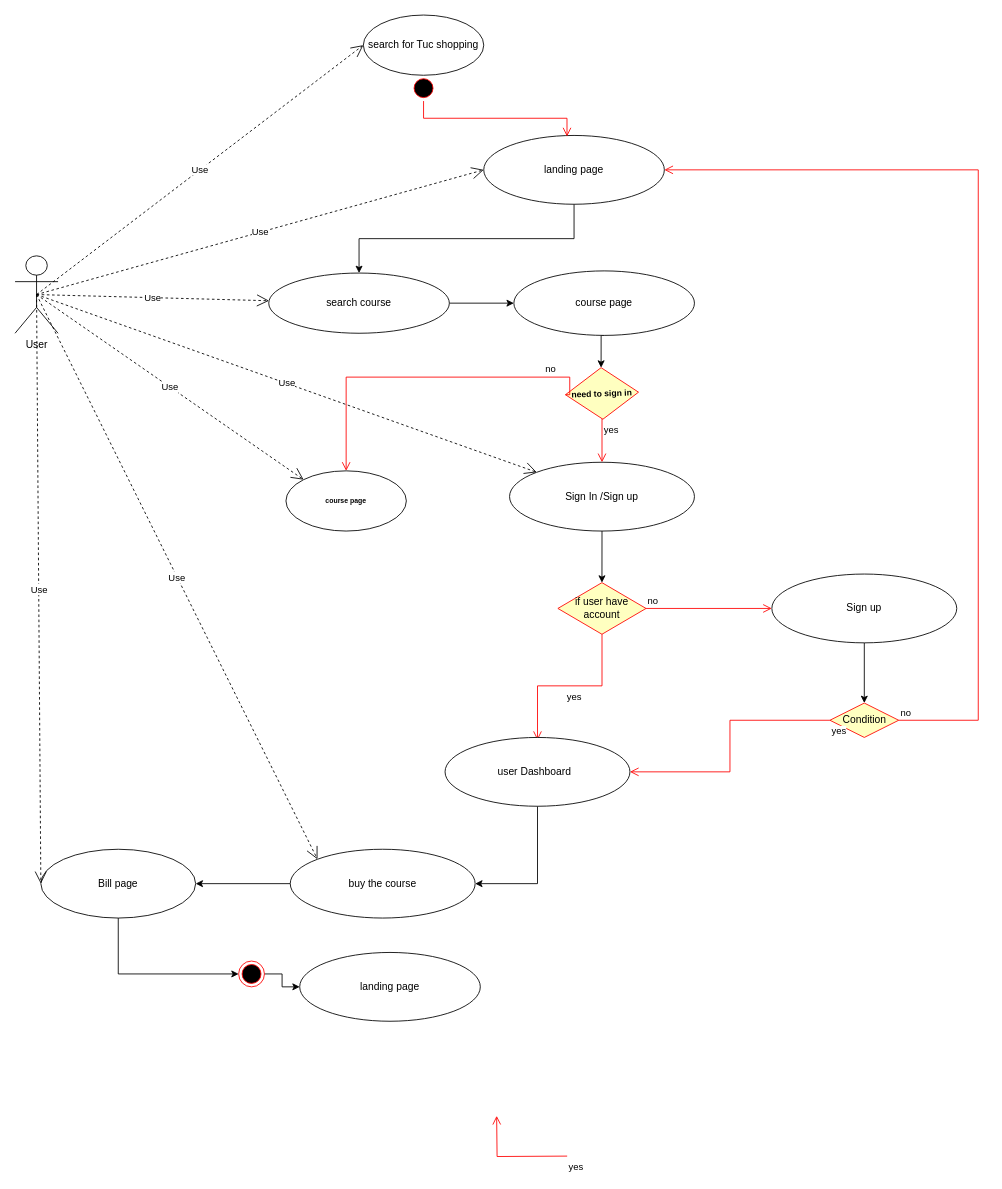
The draw.io diagram page "UML User" (3 of 3) of Untitled Diagram.drawio in omarogaili/Quattrosquad, before the edit. Source tidied: cells renumbered, new cells numbered last; positions are measured from the earlier drawing's top-left corner, leaving out a move shared by most shapes. Both pictures are drawn from the tidied source at 86%, with x=0, y=0 at pixel (15, 15).
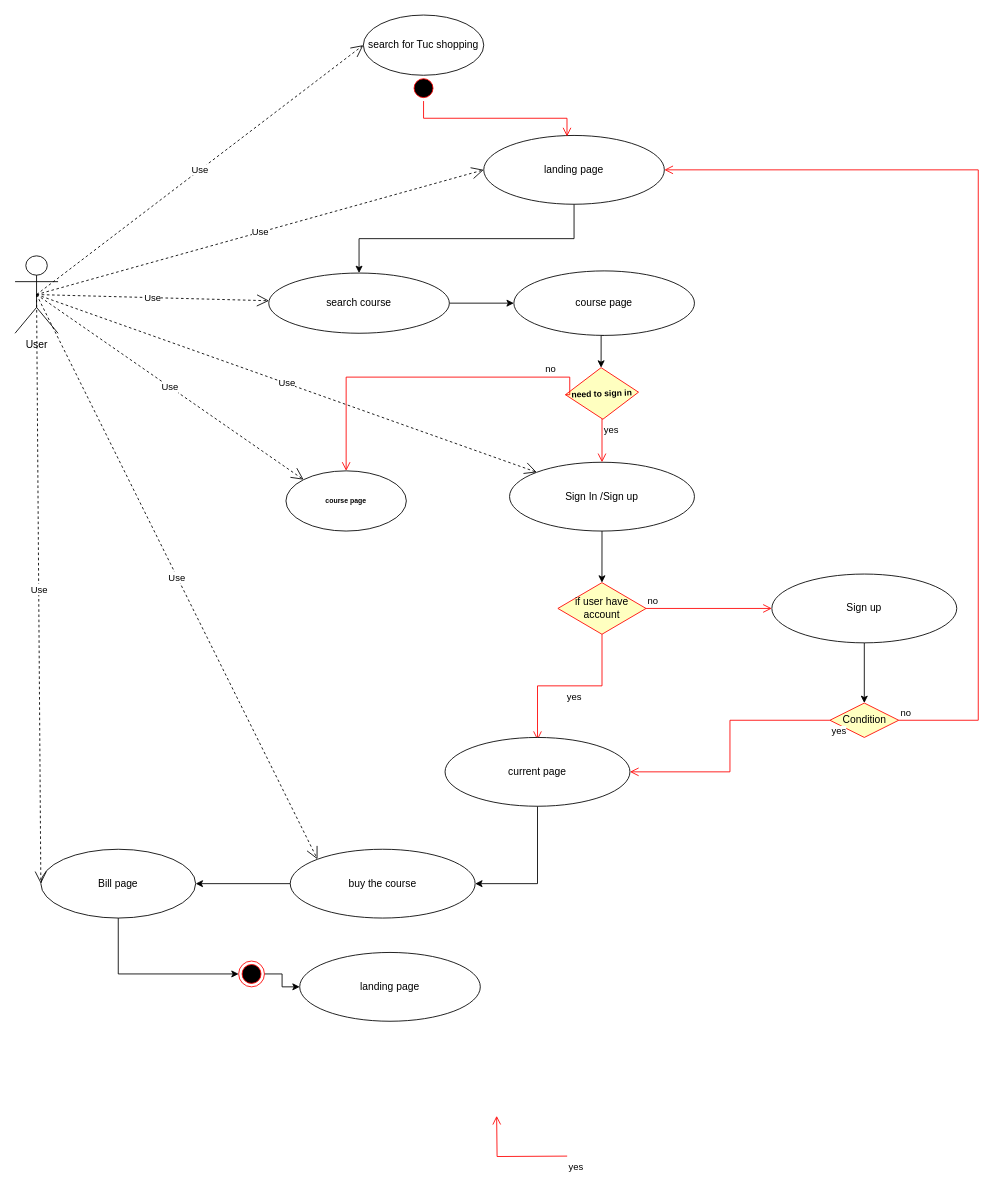
The same diagram, later.

Diff of the diagram source:
```diff
@@
-    <mxCell id="38" value="user Dashboard&amp;nbsp;&amp;nbsp;" style="ellipse;whiteSpace=wrap;html=1;" parent="1" vertex="1">
+    <mxCell id="38" value="current page" style="ellipse;whiteSpace=wrap;html=1;" parent="1" vertex="1">
       <mxGeometry x="500" y="840" width="215" height="80" as="geometry" />
     </mxCell>
```
